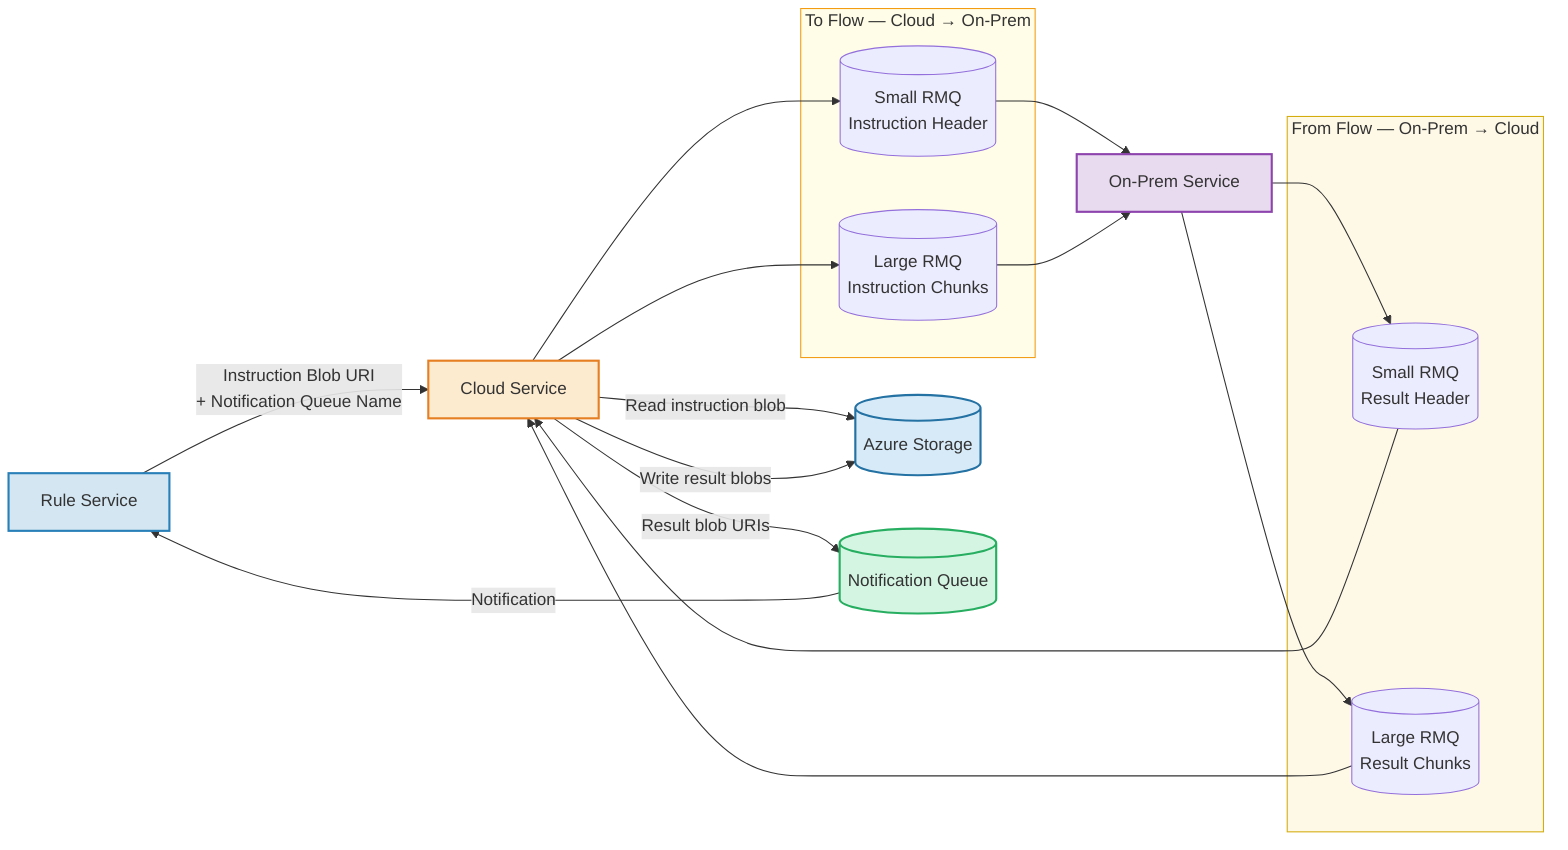
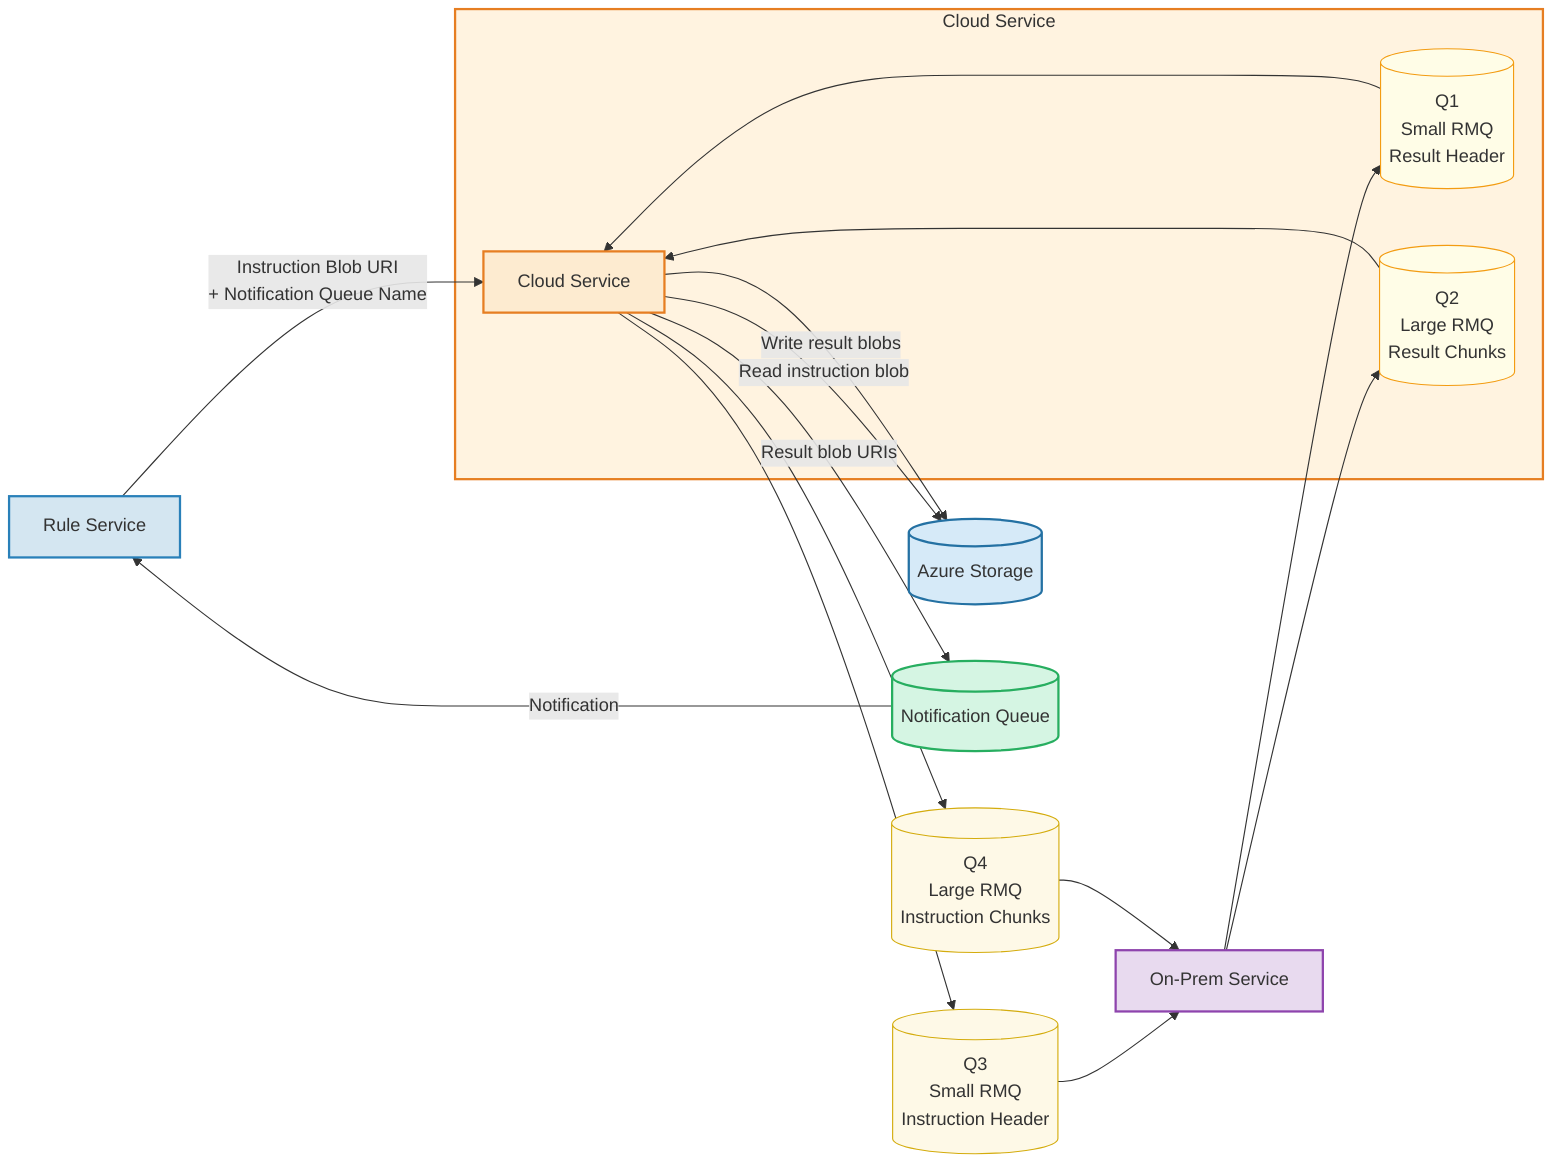
graph LR
    RS["Rule Service"]
-     CS["Cloud Service"]
    OP["On-Prem Service"]
    AZ[("Azure Storage")]
    NQ[("Notification Queue")]

-     subgraph TO["To Flow — Cloud → On-Prem"]
-         TH[("Small RMQ\nInstruction Header")]
-         TP[("Large RMQ\nInstruction Chunks")]
-     end
+     TH[("Q3\nSmall RMQ\nInstruction Header")]
+     TP[("Q4\nLarge RMQ\nInstruction Chunks")]

-     subgraph FROM["From Flow — On-Prem → Cloud"]
-         FH[("Small RMQ\nResult Header")]
-         FP[("Large RMQ\nResult Chunks")]
+     subgraph CS_GRP["Cloud Service"]
+         CS["Cloud Service"]
+         FH[("Q1\nSmall RMQ\nResult Header")]
+         FP[("Q2\nLarge RMQ\nResult Chunks")]
    end

    RS -->|"Instruction Blob URI\n+ Notification Queue Name"| CS
    CS -->|"Read instruction blob"| AZ
    CS --> TH & TP
    TH & TP --> OP
    OP --> FH & FP
    FH & FP --> CS
    CS -->|"Write result blobs"| AZ
    CS -->|"Result blob URIs"| NQ
    NQ -->|"Notification"| RS

    style RS fill:#d4e6f1,stroke:#2980b9,stroke-width:2px
    style CS fill:#fdebd0,stroke:#e67e22,stroke-width:2px
    style OP fill:#e8daef,stroke:#8e44ad,stroke-width:2px
    style AZ fill:#d6eaf8,stroke:#2471a3,stroke-width:2px
    style NQ fill:#d5f5e3,stroke:#27ae60,stroke-width:2px
-     style TO fill:#fffde7,stroke:#f39c12,stroke-width:1px
-     style FROM fill:#fef9e7,stroke:#d4ac0d,stroke-width:1px
+     style CS_GRP fill:#fff3e0,stroke:#e67e22,stroke-width:2px
+     style FH fill:#fffde7,stroke:#f39c12,stroke-width:1px
+     style FP fill:#fffde7,stroke:#f39c12,stroke-width:1px
+     style TH fill:#fef9e7,stroke:#d4ac0d,stroke-width:1px
+     style TP fill:#fef9e7,stroke:#d4ac0d,stroke-width:1px
